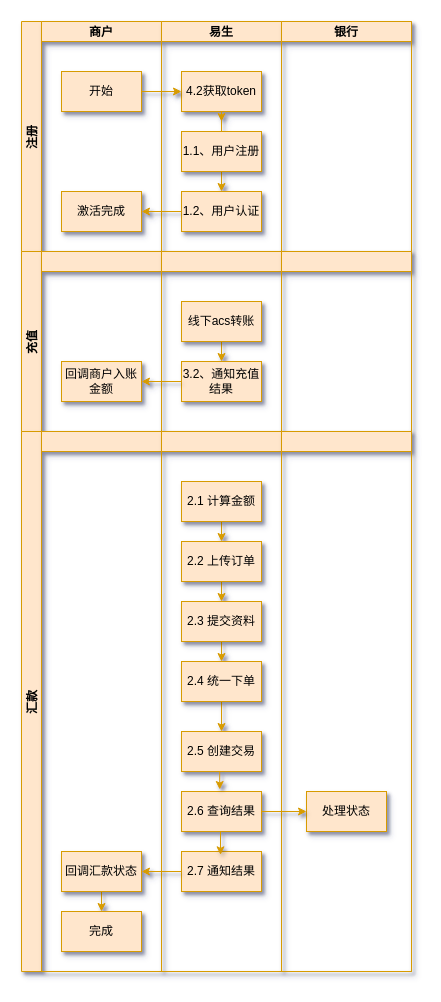
Above: 购付汇业务流程.drawio in gao888888/bolg (draw.io), before the change. Source tidied: cells renumbered, new cells numbered last; positions are measured from the earlier drawing's top-left corner, leaving out a move shared by most shapes. Both pictures are drawn from the tidied source at 100%, with x=0, y=0 at pixel (21, 21).
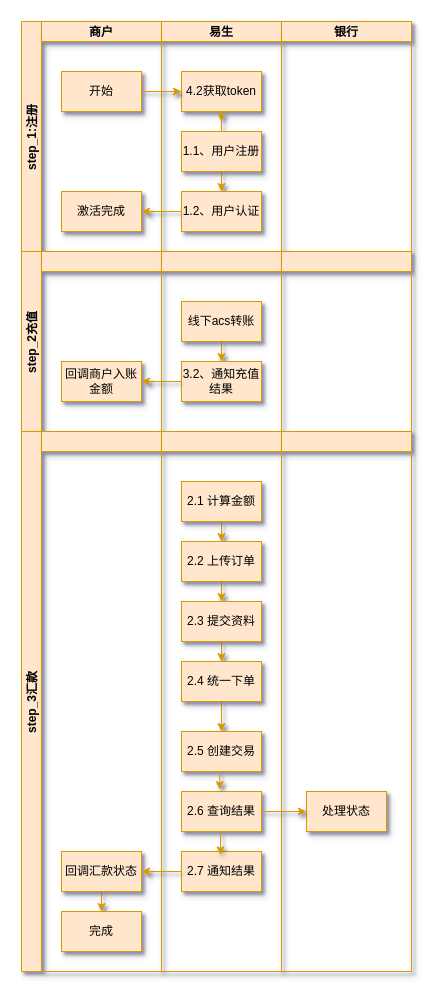
The same page after the edit.

Commit message (it also covers changes not shown here):
更新购付汇业务流程.drawio

Change to the diagram source:
```diff
@@
-    <mxCell id="2" value="注册" style="swimlane;startSize=20;horizontal=0;fillColor=#ffe6cc;strokeColor=#d79b00;shadow=1;" parent="1" vertex="1">
+    <mxCell id="2" value="step_1:注册" style="swimlane;startSize=20;horizontal=0;fillColor=#ffe6cc;strokeColor=#d79b00;shadow=1;" parent="1" vertex="1">
       <mxGeometry width="390" height="230" as="geometry" />
     </mxCell>
@@
-    <mxCell id="15" value="充值" style="swimlane;startSize=20;horizontal=0;fillColor=#ffe6cc;strokeColor=#d79b00;shadow=1;" parent="1" vertex="1">
+    <mxCell id="15" value="step_2充值" style="swimlane;startSize=20;horizontal=0;fillColor=#ffe6cc;strokeColor=#d79b00;shadow=1;" parent="1" vertex="1">
       <mxGeometry y="230" width="390" height="180" as="geometry" />
     </mxCell>
@@
-    <mxCell id="24" value="汇款" style="swimlane;startSize=20;horizontal=0;fillColor=#ffe6cc;strokeColor=#d79b00;shadow=1;" parent="1" vertex="1">
+    <mxCell id="24" value="step_3汇款" style="swimlane;startSize=20;horizontal=0;fillColor=#ffe6cc;strokeColor=#d79b00;shadow=1;" parent="1" vertex="1">
       <mxGeometry y="410" width="390" height="540" as="geometry" />
     </mxCell>
```
